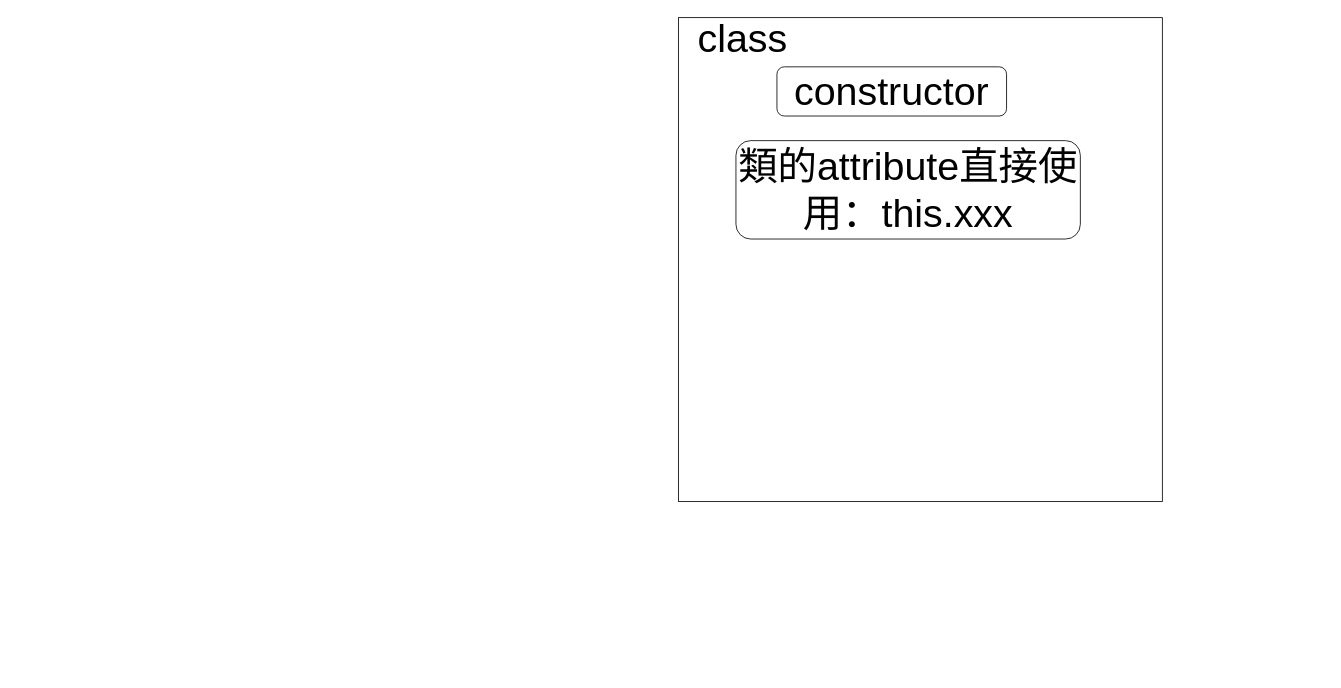
The draw.io diagram JsonLearning/Untitled Diagram.drawio in pengzhen80/PigeonRace, before the edit. Source tidied: cells renumbered, new cells numbered last; positions are measured from the earlier drawing's top-left corner, leaving out a move shared by most shapes. Both pictures are drawn from the tidied source at 82%, with x=0, y=0 at pixel (678, 17).
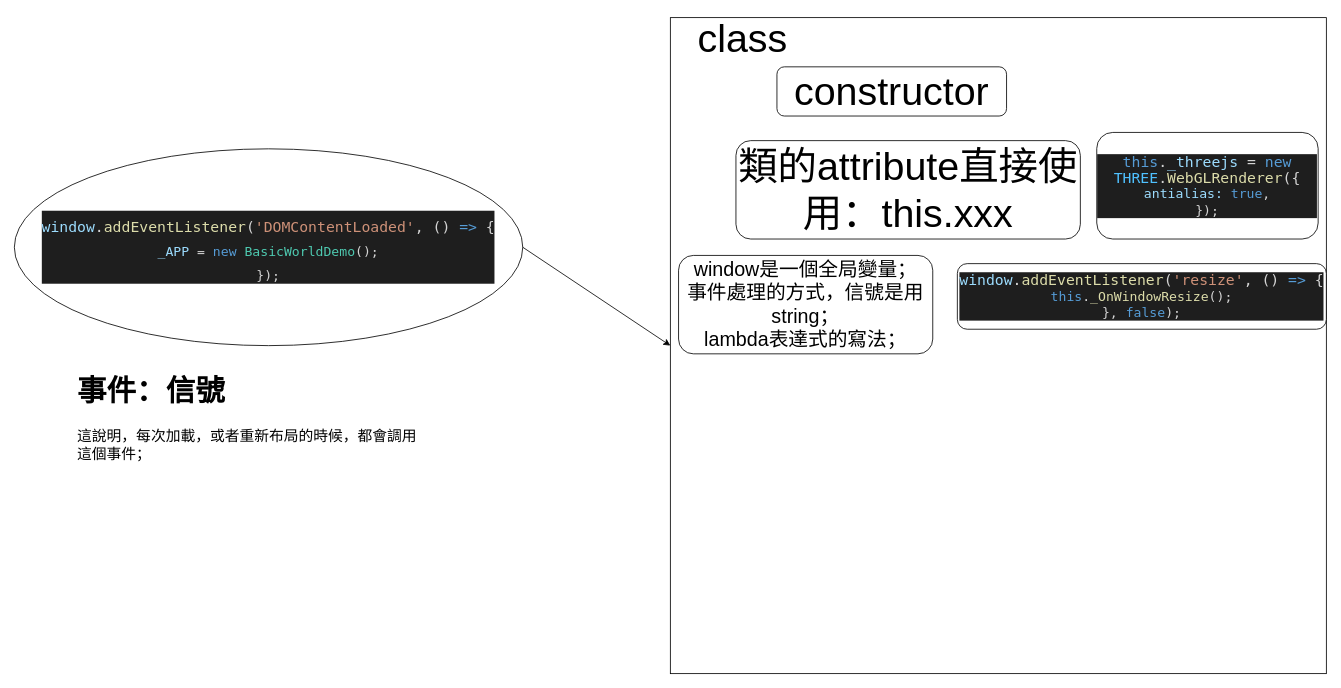
After the change.

What changed in the source:
```diff
@@
 <mxGraphModel>
   <root>
     <mxCell id="0" />
     <mxCell id="1" parent="0" />
     <mxCell id="2" style="whiteSpace=wrap;html=1;" parent="1" vertex="1">
-      <mxGeometry width="590" height="590" as="geometry" />
+      <mxGeometry x="-10" width="800" height="800" as="geometry" />
     </mxCell>
     <mxCell id="3" value="&lt;font style=&quot;font-size: 48px&quot;&gt;class&amp;nbsp;&lt;/font&gt;" style="text;html=1;strokeColor=none;fillColor=none;align=center;verticalAlign=middle;whiteSpace=wrap;rounded=0;" parent="1" vertex="1">
       <mxGeometry x="30" y="10" width="110" height="30" as="geometry" />
     </mxCell>
     <mxCell id="4" value="constructor" style="rounded=1;whiteSpace=wrap;html=1;fontSize=48;" parent="1" vertex="1">
       <mxGeometry x="120" y="60" width="280" height="60" as="geometry" />
     </mxCell>
     <mxCell id="5" value="類的attribute直接使用：this.xxx" style="rounded=1;whiteSpace=wrap;html=1;fontSize=48;" parent="1" vertex="1">
       <mxGeometry x="70" y="150" width="420" height="120" as="geometry" />
     </mxCell>
+    <mxCell id="6" value="&lt;div style=&quot;color: rgb(212 , 212 , 212) ; background-color: rgb(30 , 30 , 30) ; font-family: &amp;#34;droid sans mono&amp;#34; , &amp;#34;monospace&amp;#34; , monospace , &amp;#34;droid sans fallback&amp;#34; ; line-height: 19px&quot;&gt;&lt;div&gt;&lt;font style=&quot;font-size: 18px&quot;&gt;&lt;span style=&quot;color: rgb(156 , 220 , 254)&quot;&gt;window&lt;/span&gt;.&lt;span style=&quot;color: rgb(220 , 220 , 170)&quot;&gt;addEventListener&lt;/span&gt;(&lt;span style=&quot;color: rgb(206 , 145 , 120)&quot;&gt;'DOMContentLoaded'&lt;/span&gt;, () &lt;span style=&quot;color: rgb(86 , 156 , 214)&quot;&gt;=&amp;gt;&lt;/span&gt; {&lt;/font&gt;&lt;/div&gt;&lt;div&gt;  &lt;font size=&quot;3&quot;&gt;&lt;span style=&quot;color: #9cdcfe&quot;&gt;_APP&lt;/span&gt; = &lt;span style=&quot;color: #569cd6&quot;&gt;new&lt;/span&gt; &lt;span style=&quot;color: #4ec9b0&quot;&gt;BasicWorldDemo&lt;/span&gt;();&lt;/font&gt;&lt;/div&gt;&lt;div&gt;&lt;font size=&quot;3&quot;&gt;});&lt;/font&gt;&lt;/div&gt;&lt;/div&gt;" style="ellipse;whiteSpace=wrap;html=1;fontSize=48;" parent="1" vertex="1">
+      <mxGeometry x="-810" y="160" width="620" height="240" as="geometry" />
+    </mxCell>
+    <mxCell id="7" style="endArrow=classic;html=1;rounded=0;fontSize=18;exitX=1;exitY=0.5;exitDx=0;exitDy=0;entryX=0;entryY=0.5;entryDx=0;entryDy=0;" parent="1" edge="1" source="6" target="2">
+      <mxGeometry relative="1" as="geometry" />
+    </mxCell>
+    <mxCell id="8" value="&lt;h1&gt;事件：信號&lt;/h1&gt;&lt;div&gt;這說明，每次加載，或者重新布局的時候，都會調用這個事件；&lt;/div&gt;" style="text;html=1;strokeColor=none;fillColor=none;spacing=5;spacingTop=-20;whiteSpace=wrap;overflow=hidden;rounded=0;fontSize=18;" parent="1" vertex="1">
+      <mxGeometry x="-738" y="420" width="430" height="150" as="geometry" />
+    </mxCell>
+    <mxCell id="9" value="&lt;div style=&quot;color: rgb(212 , 212 , 212) ; background-color: rgb(30 , 30 , 30) ; font-family: &amp;#34;droid sans mono&amp;#34; , &amp;#34;monospace&amp;#34; , monospace , &amp;#34;droid sans fallback&amp;#34; ; line-height: 19px&quot;&gt;&lt;div&gt;    &lt;font style=&quot;font-size: 18px&quot;&gt;&lt;span style=&quot;color: rgb(156 , 220 , 254)&quot;&gt;window&lt;/span&gt;.&lt;span style=&quot;color: rgb(220 , 220 , 170)&quot;&gt;addEventListener&lt;/span&gt;(&lt;span style=&quot;color: rgb(206 , 145 , 120)&quot;&gt;'resize'&lt;/span&gt;, () &lt;span style=&quot;color: rgb(86 , 156 , 214)&quot;&gt;=&amp;gt;&lt;/span&gt; {&lt;/font&gt;&lt;/div&gt;&lt;div&gt;&lt;font size=&quot;3&quot;&gt;      &lt;span style=&quot;color: #569cd6&quot;&gt;this&lt;/span&gt;.&lt;span style=&quot;color: #dcdcaa&quot;&gt;_OnWindowResize&lt;/span&gt;();&lt;/font&gt;&lt;/div&gt;&lt;div&gt;&lt;font size=&quot;3&quot;&gt;    }, &lt;span style=&quot;color: rgb(86 , 156 , 214)&quot;&gt;false&lt;/span&gt;);&lt;/font&gt;&lt;/div&gt;&lt;/div&gt;" style="rounded=1;whiteSpace=wrap;html=1;fontSize=18;" parent="1" vertex="1">
+      <mxGeometry x="340" y="300" width="450" height="80" as="geometry" />
+    </mxCell>
+    <mxCell id="10" value="&lt;div style=&quot;color: rgb(212 , 212 , 212) ; background-color: rgb(30 , 30 , 30) ; font-family: &amp;#34;droid sans mono&amp;#34; , &amp;#34;monospace&amp;#34; , monospace , &amp;#34;droid sans fallback&amp;#34; ; line-height: 19px&quot;&gt;&lt;div&gt;    &lt;font style=&quot;font-size: 18px&quot;&gt;&lt;span style=&quot;color: rgb(86 , 156 , 214)&quot;&gt;this&lt;/span&gt;.&lt;span style=&quot;color: rgb(156 , 220 , 254)&quot;&gt;_threejs&lt;/span&gt; = &lt;span style=&quot;color: rgb(86 , 156 , 214)&quot;&gt;new&lt;/span&gt; &lt;span style=&quot;color: rgb(79 , 193 , 255)&quot;&gt;THREE&lt;/span&gt;.&lt;span style=&quot;color: rgb(220 , 220 , 170)&quot;&gt;WebGLRenderer&lt;/span&gt;({&lt;/font&gt;&lt;/div&gt;&lt;div&gt;&lt;font size=&quot;3&quot;&gt;      &lt;span style=&quot;color: #9cdcfe&quot;&gt;antialias&lt;/span&gt;&lt;span style=&quot;color: #9cdcfe&quot;&gt;:&lt;/span&gt; &lt;span style=&quot;color: #569cd6&quot;&gt;true&lt;/span&gt;,&lt;/font&gt;&lt;/div&gt;&lt;div&gt;&lt;font size=&quot;3&quot;&gt;    });&lt;/font&gt;&lt;/div&gt;&lt;/div&gt;" style="rounded=1;whiteSpace=wrap;html=1;fontSize=18;" parent="1" vertex="1">
+      <mxGeometry x="510" y="140" width="270" height="130" as="geometry" />
+    </mxCell>
+    <mxCell id="11" value="&lt;font style=&quot;font-size: 24px&quot;&gt;window是一個全局變量；&lt;br&gt;事件處理的方式，信號是用string；&lt;br&gt;lambda表達式的寫法；&lt;/font&gt;" style="rounded=1;whiteSpace=wrap;html=1;fontSize=18;" parent="1" vertex="1">
+      <mxGeometry y="290" width="310" height="120" as="geometry" />
+    </mxCell>
   </root>
 </mxGraphModel>
```
